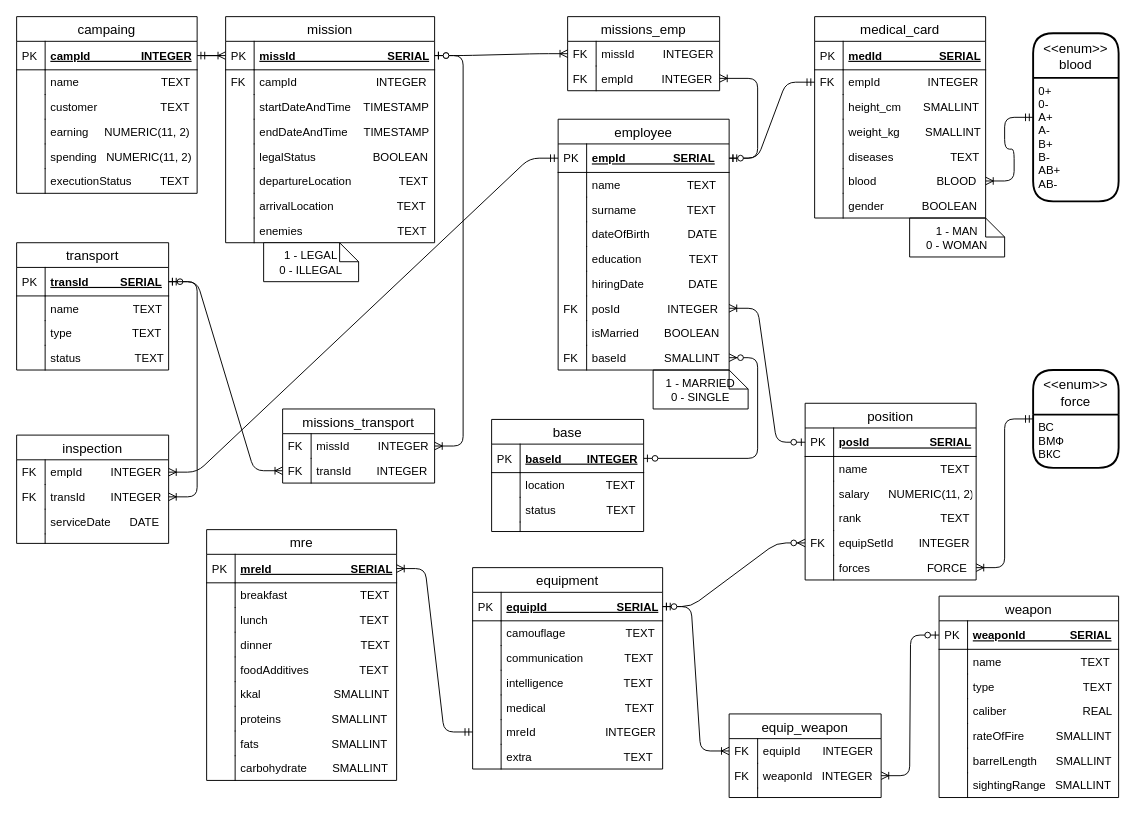
Before: course-04.09.20/docs/datalogical.dio in testpassword/Information-Systems-and-Databases, a draw.io diagram. Source tidied: cells renumbered, new cells numbered last; positions are measured from the earlier drawing's top-left corner, leaving out a move shared by most shapes. Both pictures are drawn from the tidied source at 95%, with x=0, y=0 at pixel (16, 16).
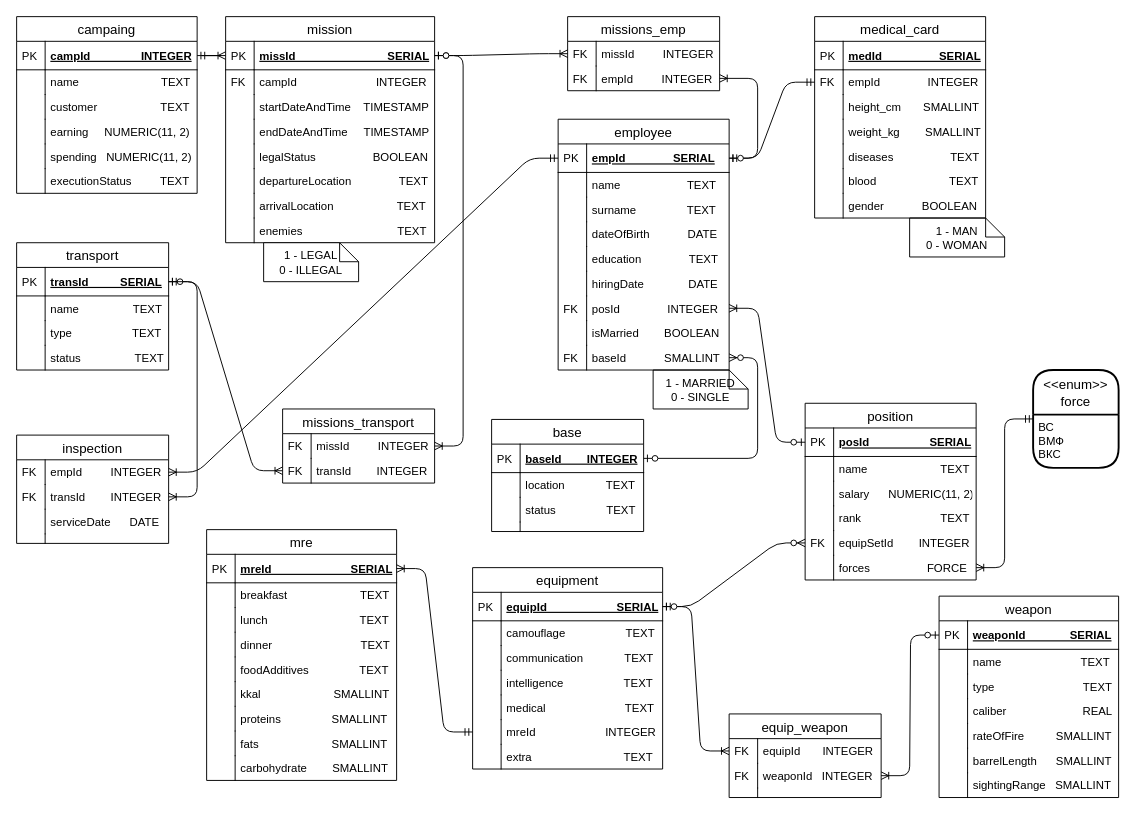
Above is the later version.

Unchanged cells that the change refers to:
```xml
<mxCell id="148" value="medical_card" style="swimlane;fontStyle=0;horizontal=1;startSize=26;align=center;fontSize=14;" parent="1" vertex="1">
  <mxGeometry x="840" width="180" height="212" as="geometry" />
</mxCell>
```

Diff of the diagram source:
```diff
@@
-    <mxCell id="8" style="edgeStyle=entityRelationEdgeStyle;fontSize=12;html=1;endArrow=ERoneToMany;startArrow=ERmandOne;" parent="1" edge="1" source="163" target="159">
-      <mxGeometry relative="1" as="geometry" />
-    </mxCell>
@@
-    <mxCell id="159" value="blood                   BLOOD" style="shape=partialRectangle;top=0;left=0;right=0;bottom=0;align=left;verticalAlign=top;fillColor=none;spacingLeft=34;spacingRight=4;overflow=hidden;points=[[0,0.5],[1,0.5]];portConstraint=eastwest;fontSize=12;" parent="148" vertex="1">
+    <mxCell id="159" value="blood                       TEXT" style="shape=partialRectangle;top=0;left=0;right=0;bottom=0;align=left;verticalAlign=top;fillColor=none;spacingLeft=34;spacingRight=4;overflow=hidden;points=[[0,0.5],[1,0.5]];portConstraint=eastwest;fontSize=12;" parent="148" vertex="1">
       <mxGeometry y="160" width="180" height="26" as="geometry" />
     </mxCell>
@@
-    <mxCell id="163" value="&lt;&lt;enum&gt;&gt; &#10;blood" style="swimlane;horizontal=1;startSize=47;rounded=1;fontSize=14;fontStyle=0;strokeWidth=2;shadow=0;dashed=0;align=center;" parent="1" vertex="1">
-      <mxGeometry x="1070" y="17.5" width="90" height="177" as="geometry" />
-    </mxCell>
-    <mxCell id="164" value="0+&#10;0-&#10;A+&#10;A-&#10;B+&#10;B-&#10;AB+&#10;AB-" style="align=left;strokeColor=none;fillColor=none;spacingLeft=4;fontSize=12;verticalAlign=top;" parent="163" vertex="1">
-      <mxGeometry y="47" width="90" height="130" as="geometry" />
-    </mxCell>
```
